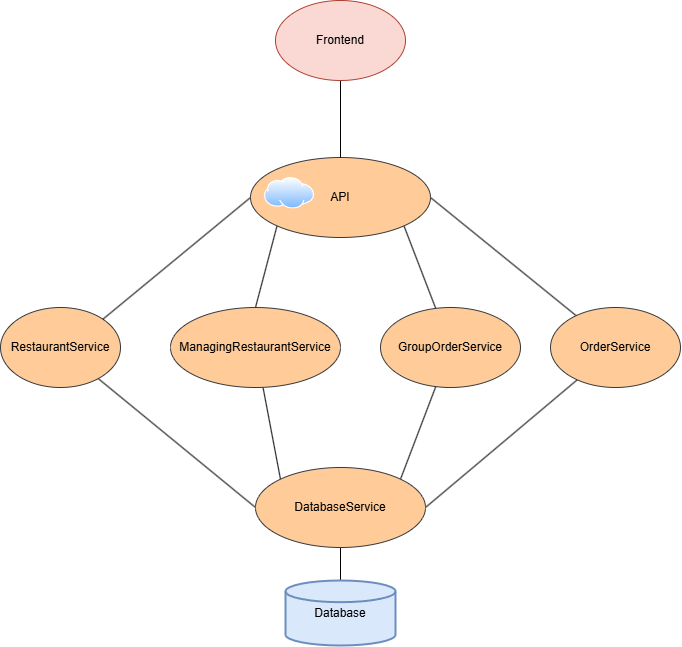
Earlier version of the draw.io export doc/infrastructure.png (Antoine-FdRg/512Eats-Backend). Source tidied: cells renumbered, new cells last; positions are measured from the earlier drawing's top-left corner, leaving out a move shared by most shapes.
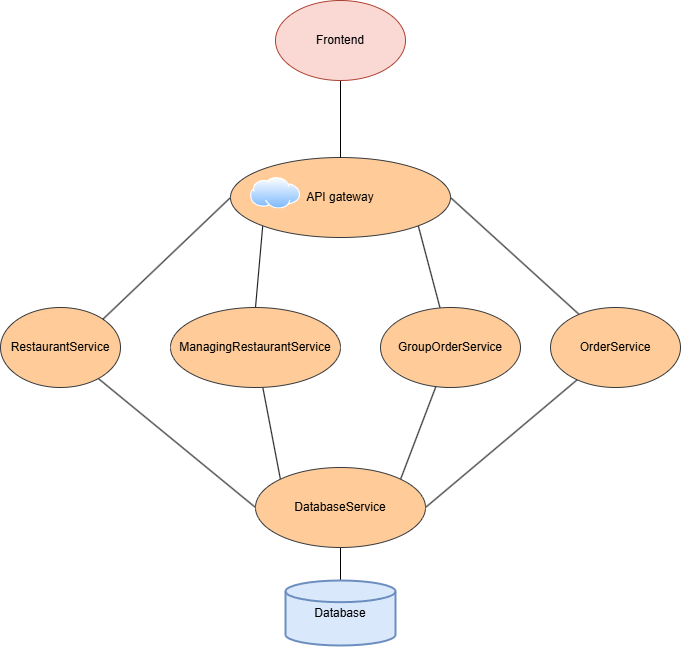
After the commit.

Commit message:
:bug: fix diagram

Diff of the diagram source:
```diff
@@ -45,13 +45,13 @@
       <mxGeometry x="255" y="467" width="170" height="80" as="geometry" />
     </mxCell>
     <mxCell id="16" style="group;" parent="1" vertex="1">
-      <mxGeometry x="250" y="157" width="180" height="80" as="geometry" />
+      <mxGeometry x="250" y="157" width="200" height="80" as="geometry" />
     </mxCell>
-    <mxCell id="17" value="API" style="ellipse;whiteSpace=wrap;html=1;fillColor=#ffcc99;strokeColor=#36393d;" parent="16" vertex="1">
-      <mxGeometry width="180" height="80" as="geometry" />
+    <mxCell id="17" value="API gateway" style="ellipse;whiteSpace=wrap;html=1;fillColor=#ffcc99;strokeColor=#36393d;" parent="16" vertex="1">
+      <mxGeometry x="-20" width="220" height="80" as="geometry" />
     </mxCell>
     <mxCell id="18" style="image;perimeter=ellipsePerimeter;html=1;align=center;shadow=0;dashed=0;spacingTop=3;image=img/lib/active_directory/internet_cloud.svg;" parent="16" vertex="1">
-      <mxGeometry x="14" y="20" width="50" height="31.5" as="geometry" />
+      <mxGeometry y="20" width="50" height="31.5" as="geometry" />
     </mxCell>
     <mxCell id="19" style="edgeStyle=none;rounded=0;jettySize=auto;html=1;endArrow=none;endFill=0;" parent="1" edge="1" source="20" target="17">
       <mxGeometry relative="1" as="geometry" />
```
